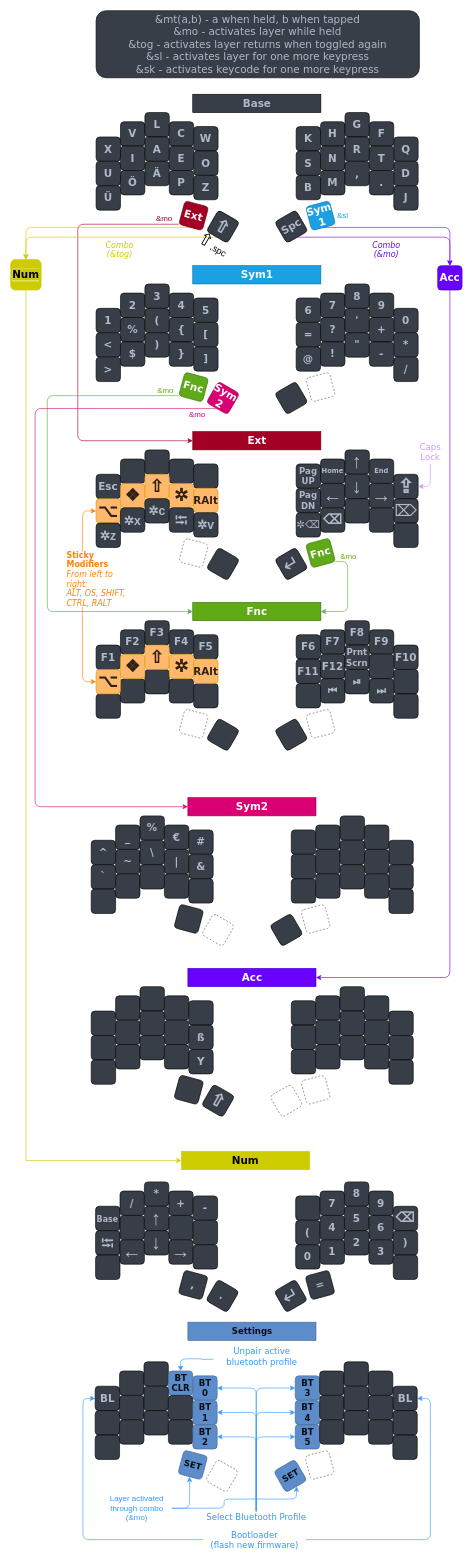
Before: Layout/Sweepd_Neo2.drawio in hoyohayo/zmk-config, a draw.io diagram. Source tidied: cells renumbered, new cells numbered last; positions are measured from the earlier drawing's top-left corner, leaving out a move shared by most shapes. Both pictures are drawn from the tidied source at 61%, with x=0, y=0 at pixel (10, 10).
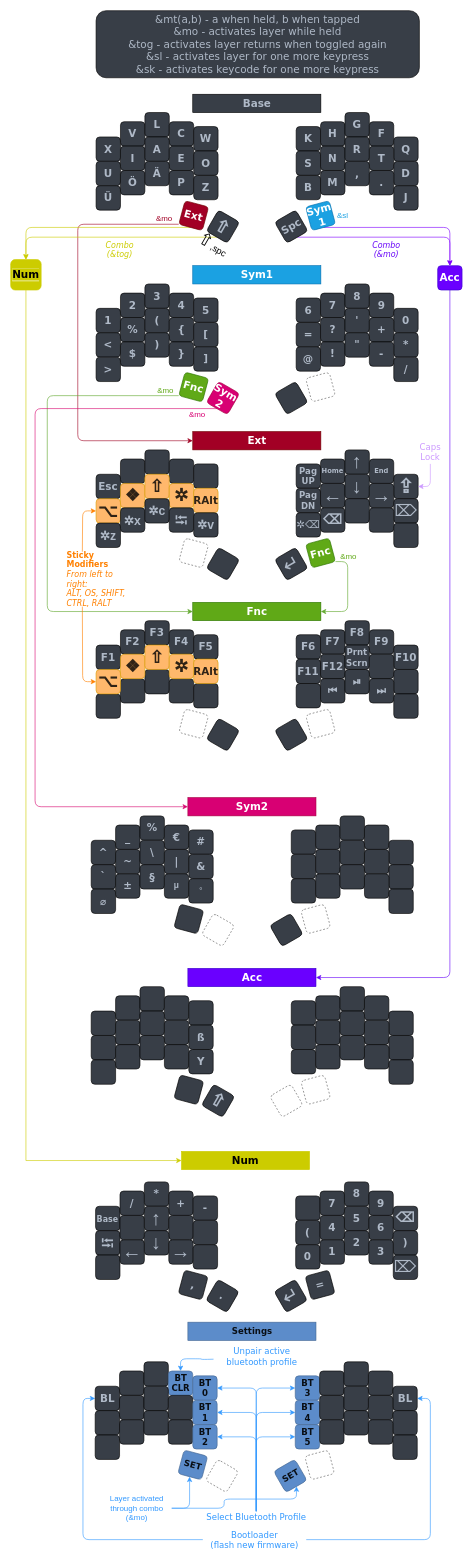
Above is the later version.

Change to the diagram source:
```diff
@@
-    <mxCell id="210" style="whiteSpace=wrap;html=1;fontSize=17;fontFamily=Verdana;fontStyle=1;fontColor=#AFB9C7;fillColor=#383E47;rounded=1;" parent="1" vertex="1">
+    <mxCell id="210" value="&lt;b&gt;⌀&lt;/b&gt;" style="whiteSpace=wrap;html=1;fontSize=17;fontFamily=Verdana;fontStyle=1;fontColor=#AFB9C7;fillColor=#383E47;rounded=1;" parent="1" vertex="1">
       <mxGeometry x="132" y="1440" width="40" height="40" as="geometry" />
     </mxCell>
-    <mxCell id="211" style="whiteSpace=wrap;html=1;fontSize=17;fontFamily=Verdana;fontStyle=1;fontColor=#AFB9C7;fillColor=#383E47;rounded=1;" parent="1" vertex="1">
+    <mxCell id="211" value="±" style="whiteSpace=wrap;html=1;fontSize=17;fontFamily=Verdana;fontStyle=1;fontColor=#AFB9C7;fillColor=#383E47;rounded=1;" parent="1" vertex="1">
       <mxGeometry x="172" y="1415" width="40" height="40" as="geometry" />
     </mxCell>
-    <mxCell id="212" style="whiteSpace=wrap;html=1;fontSize=17;fontFamily=Verdana;fontStyle=1;fontColor=#AFB9C7;fillColor=#383E47;rounded=1;" parent="1" vertex="1">
+    <mxCell id="212" value="&lt;span style=&quot;font-size: large&quot;&gt;§&lt;/span&gt;" style="whiteSpace=wrap;html=1;fontSize=17;fontFamily=Verdana;fontStyle=1;fontColor=#AFB9C7;fillColor=#383E47;rounded=1;" parent="1" vertex="1">
       <mxGeometry x="212" y="1400" width="40" height="40" as="geometry" />
     </mxCell>
-    <mxCell id="213" style="whiteSpace=wrap;html=1;fontSize=17;fontFamily=Verdana;fontStyle=1;fontColor=#AFB9C7;fillColor=#383E47;rounded=1;" parent="1" vertex="1">
+    <mxCell id="213" value="&lt;div style=&quot;font-family: &amp;#34;consolas&amp;#34; , &amp;#34;courier new&amp;#34; , monospace ; font-size: 14px ; line-height: 19px&quot;&gt;µ&lt;/div&gt;" style="whiteSpace=wrap;html=1;fontSize=17;fontFamily=Verdana;fontStyle=1;fontColor=#AFB9C7;fillColor=#383E47;rounded=1;" parent="1" vertex="1">
       <mxGeometry x="252" y="1415" width="40" height="40" as="geometry" />
     </mxCell>
-    <mxCell id="214" style="whiteSpace=wrap;html=1;fontSize=17;fontFamily=Verdana;fontStyle=1;fontColor=#AFB9C7;fillColor=#383E47;rounded=1;" parent="1" vertex="1">
+    <mxCell id="214" value="&lt;div style=&quot;font-family: &amp;#34;consolas&amp;#34; , &amp;#34;courier new&amp;#34; , monospace ; font-weight: normal ; font-size: 14px ; line-height: 19px&quot;&gt;°&lt;/div&gt;" style="whiteSpace=wrap;html=1;fontSize=17;fontFamily=Verdana;fontStyle=1;fontColor=#AFB9C7;fillColor=#383E47;rounded=1;" parent="1" vertex="1">
       <mxGeometry x="292" y="1423" width="40" height="40" as="geometry" />
     </mxCell>
@@
-    <mxCell id="271" style="whiteSpace=wrap;html=1;fontSize=17;fontFamily=Verdana;fontStyle=1;fontColor=#AFB9C7;fillColor=#383E47;rounded=1;" parent="1" vertex="1">
+    <mxCell id="271" value="&lt;span style=&quot;font-family: &amp;#34;segoe ui emoji&amp;#34; , &amp;#34;apple color emoji&amp;#34; , &amp;#34;noto color emoji&amp;#34; ; font-size: 26px ; font-weight: 400&quot;&gt;⌦&lt;/span&gt;" style="whiteSpace=wrap;html=1;fontSize=17;fontFamily=Verdana;fontStyle=1;fontColor=#AFB9C7;fillColor=#383E47;rounded=1;" parent="1" vertex="1">
       <mxGeometry x="627.2" y="2040" width="40" height="40" as="geometry" />
     </mxCell>
```
